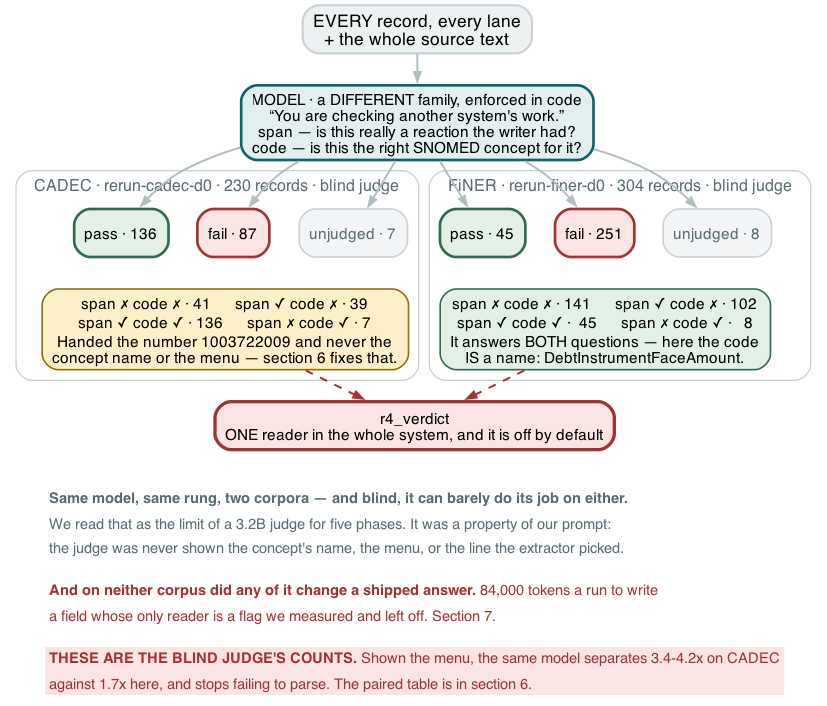
Above: docs/figures/fig18-rung4.png in wbagais/reliability-ladder (Graphviz), before the change. Its source is kept beside it as docs/figures/fig18-rung4.dot.
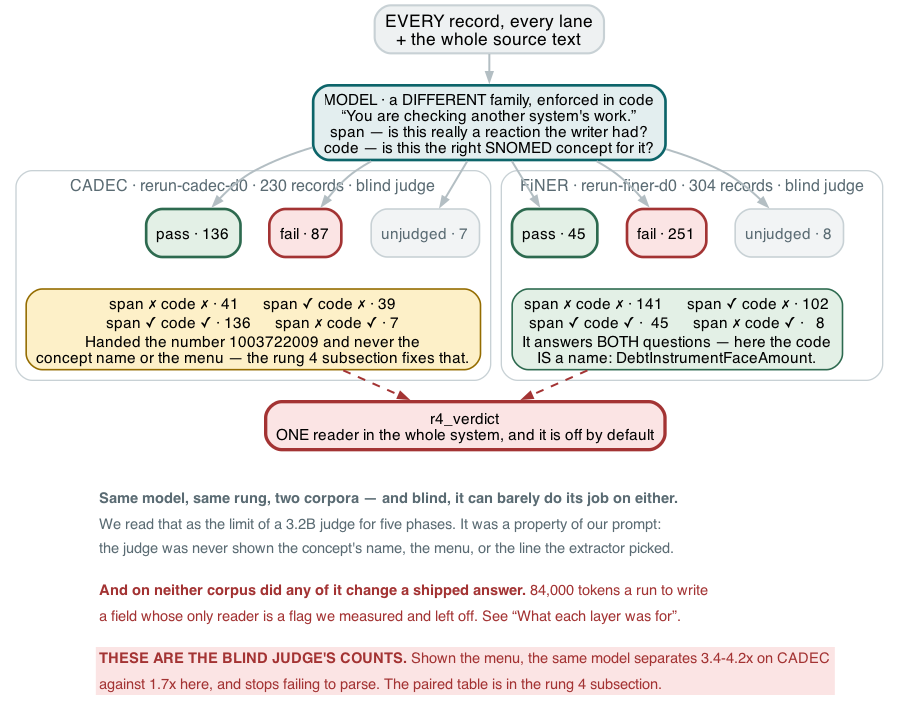
After the commit.

Diff of the diagram source:
```diff
@@ -15,7 +15,7 @@
     cp [label="pass · 136" fillcolor="#e3f0e6" color="#2d6a4f" penwidth=2];
     cf [label="fail · 87" fillcolor="#fbe4e4" color="#a33333" penwidth=2];
     cu [label="unjudged · 7" fillcolor="#f2f4f5" fontcolor="#5a6b73"];
-    cn [label="span ✗ code ✗ · 41      span ✓ code ✗ · 39\nspan ✓ code ✓ · 136      span ✗ code ✓ · 7\nHanded the number 1003722009 and never the\nconcept name or the menu — section 6 fixes that."
+    cn [label="span ✗ code ✗ · 41      span ✓ code ✗ · 39\nspan ✓ code ✓ · 136      span ✗ code ✓ · 7\nHanded the number 1003722009 and never the\nconcept name or the menu — the rung 4 subsection fixes that."
         fillcolor="#fdf0c8" color="#946c00"];
     { rank=same; cp; cf; cu }
     cp -> cn [style=invis]; cf -> cn [style=invis];
@@ -47,10 +47,10 @@
         <TR><TD ALIGN="LEFT"><FONT POINT-SIZE="11" COLOR="#5a6b73">the judge was never shown the concept&#39;s name, the menu, or the line the extractor picked.</FONT></TD></TR>
         <TR><TD ALIGN="LEFT"><FONT POINT-SIZE="8"> </FONT></TD></TR>
         <TR><TD ALIGN="LEFT"><FONT POINT-SIZE="11" COLOR="#a33333"><B>And on neither corpus did any of it change a shipped answer.</B> 84,000 tokens a run to write</FONT></TD></TR>
-        <TR><TD ALIGN="LEFT"><FONT POINT-SIZE="11" COLOR="#a33333">a field whose only reader is a flag we measured and left off. Section 7.</FONT></TD></TR>
+        <TR><TD ALIGN="LEFT"><FONT POINT-SIZE="11" COLOR="#a33333">a field whose only reader is a flag we measured and left off. See “What each layer was for”.</FONT></TD></TR>
         <TR><TD ALIGN="LEFT"><FONT POINT-SIZE="8"> </FONT></TD></TR>
         <TR><TD ALIGN="LEFT" BGCOLOR="#fbe4e4"><FONT POINT-SIZE="11" COLOR="#a33333"><B>THESE ARE THE BLIND JUDGE&#39;S COUNTS.</B> Shown the menu, the same model separates 3.4-4.2x on CADEC</FONT></TD></TR>
-        <TR><TD ALIGN="LEFT" BGCOLOR="#fbe4e4"><FONT POINT-SIZE="11" COLOR="#a33333">against 1.7x here, and stops failing to parse. The paired table is in section 6.</FONT></TD></TR>
+        <TR><TD ALIGN="LEFT" BGCOLOR="#fbe4e4"><FONT POINT-SIZE="11" COLOR="#a33333">against 1.7x here, and stops failing to parse. The paired table is in the rung 4 subsection.</FONT></TD></TR>
         </TABLE>>];
   dead -> note [style=invis];
 }
```
